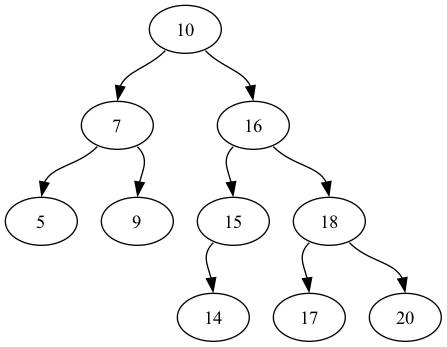
keevin-e/programacion3_tareas keeps this Graphviz diagram as Tarea4/grafica.gv.png. Above is the earlier version. Its source is kept beside it as Tarea4/grafica.gv.
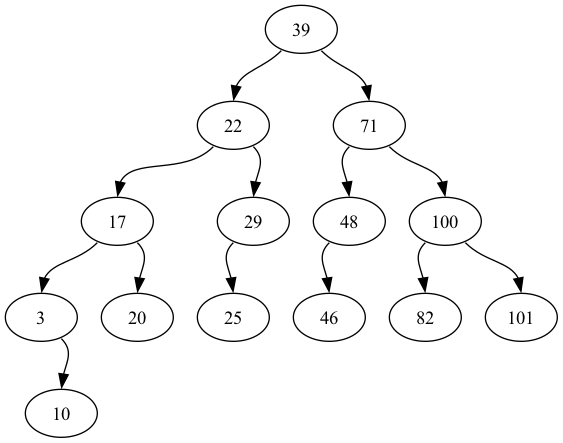
The same diagram one commit later.

Diff of the diagram source:
```diff
@@ -1,13 +1,17 @@
 digraph G {
 	rankdir=TB
-	10
-	10 -> 7 [headport=n tailport=sw]
-	7 -> 5 [headport=n tailport=sw]
-	7 -> 9 [headport=n tailport=se]
-	10 -> 16 [headport=n tailport=se]
-	16 -> 15 [headport=n tailport=sw]
-	15 -> 14 [headport=n tailport=sw]
-	16 -> 18 [headport=n tailport=se]
-	18 -> 17 [headport=n tailport=sw]
-	18 -> 20 [headport=n tailport=se]
+	39
+	39 -> 22 [headport=n tailport=sw]
+	22 -> 17 [headport=n tailport=sw]
+	17 -> 3 [headport=n tailport=sw]
+	3 -> 10 [headport=n tailport=se]
+	17 -> 20 [headport=n tailport=se]
+	22 -> 29 [headport=n tailport=se]
+	29 -> 25 [headport=n tailport=sw]
+	39 -> 71 [headport=n tailport=se]
+	71 -> 48 [headport=n tailport=sw]
+	48 -> 46 [headport=n tailport=sw]
+	71 -> 100 [headport=n tailport=se]
+	100 -> 82 [headport=n tailport=sw]
+	100 -> 101 [headport=n tailport=se]
 }
```
